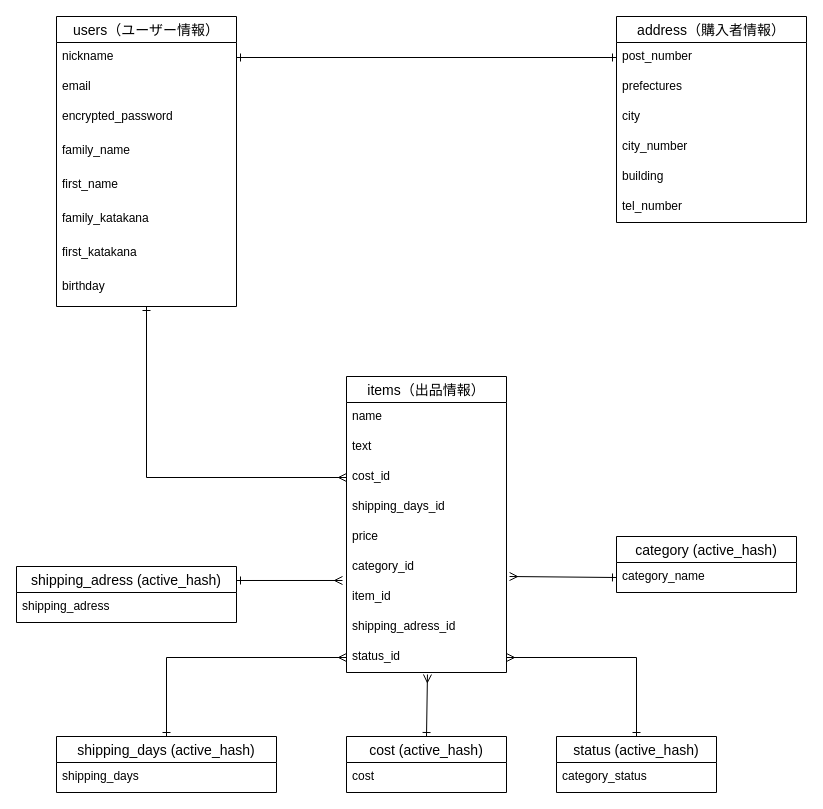
Earlier version of the draw.io diagram test.dio (gocci45/furima-32064). Source tidied: cells renumbered, new cells numbered last; positions are measured from the earlier drawing's top-left corner, leaving out a move shared by most shapes. Both pictures are drawn from the tidied source at 100%, with x=0, y=0 at pixel (16, 16).
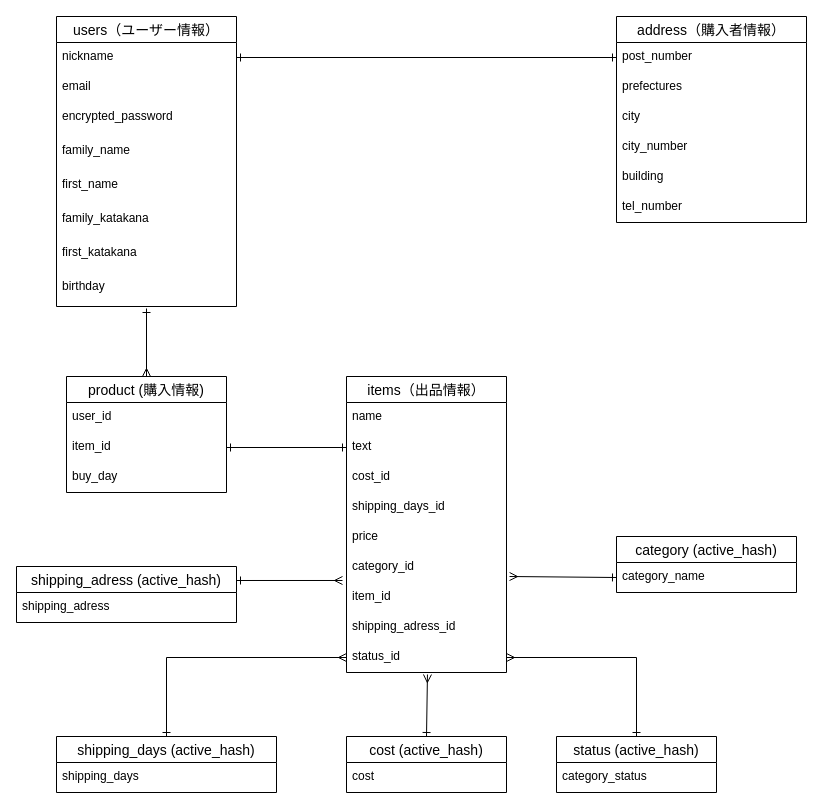
The same page after the edit.

The change refers to these unchanged cells:
```xml
<mxCell id="2" value="users（ユーザー情報）" style="swimlane;fontStyle=0;horizontal=1;startSize=26;align=center;fontSize=14;" parent="1" vertex="1">
  <mxGeometry x="40" width="180" height="290" as="geometry" />
</mxCell>
<mxCell id="10" value="birthday" style="text;strokeColor=none;fillColor=none;spacingLeft=4;spacingRight=4;overflow=hidden;points=[[0,0.5],[1,0.5]];portConstraint=eastwest;fontSize=12;" parent="2" vertex="1">
  <mxGeometry y="256" width="180" height="34" as="geometry" />
</mxCell>
<mxCell id="21" value="text" style="text;strokeColor=none;fillColor=none;spacingLeft=4;spacingRight=4;overflow=hidden;points=[[0,0.5],[1,0.5]];portConstraint=eastwest;fontSize=12;" parent="19" vertex="1">
  <mxGeometry y="56" width="160" height="30" as="geometry" />
</mxCell>
<mxCell id="22" value="cost_id" style="text;strokeColor=none;fillColor=none;spacingLeft=4;spacingRight=4;overflow=hidden;points=[[0,0.5],[1,0.5]];portConstraint=eastwest;fontSize=12;" parent="19" vertex="1">
  <mxGeometry y="86" width="160" height="30" as="geometry" />
</mxCell>
```

What changed in the source:
```diff
@@
-    <mxCell id="29" style="edgeStyle=none;rounded=0;jettySize=auto;html=1;exitX=0;exitY=0.5;exitDx=0;exitDy=0;entryX=0.5;entryY=1;entryDx=0;entryDy=0;startArrow=ERmany;startFill=0;endArrow=ERone;endFill=0;" parent="1" edge="1" source="22" target="2">
-      <mxGeometry relative="1" as="geometry">
-        <Array as="points">
-          <mxPoint x="130" y="461" />
-        </Array>
-      </mxGeometry>
-    </mxCell>
@@
+    <mxCell id="45" style="edgeStyle=none;rounded=0;jettySize=auto;html=1;exitX=0.5;exitY=0;exitDx=0;exitDy=0;entryX=0.5;entryY=1.059;entryDx=0;entryDy=0;entryPerimeter=0;startArrow=ERmany;startFill=0;endArrow=ERone;endFill=0;" parent="1" edge="1" source="46" target="10">
+      <mxGeometry relative="1" as="geometry" />
+    </mxCell>
+    <mxCell id="46" value="product (購入情報)" style="swimlane;fontStyle=0;horizontal=1;startSize=26;align=center;fontSize=14;" parent="1" vertex="1">
+      <mxGeometry x="50" y="360" width="160" height="116" as="geometry" />
+    </mxCell>
+    <mxCell id="47" value="user_id" style="text;strokeColor=none;fillColor=none;spacingLeft=4;spacingRight=4;overflow=hidden;fontSize=12;" parent="46" vertex="1">
+      <mxGeometry y="26" width="160" height="30" as="geometry" />
+    </mxCell>
+    <mxCell id="48" value="item_id" style="text;strokeColor=none;fillColor=none;spacingLeft=4;spacingRight=4;overflow=hidden;points=[[0,0.5],[1,0.5]];portConstraint=eastwest;fontSize=12;" parent="46" vertex="1">
+      <mxGeometry y="56" width="160" height="30" as="geometry" />
+    </mxCell>
+    <mxCell id="49" value="buy_day" style="text;strokeColor=none;fillColor=none;spacingLeft=4;spacingRight=4;overflow=hidden;fontSize=12;" parent="46" vertex="1">
+      <mxGeometry y="86" width="160" height="30" as="geometry" />
+    </mxCell>
+    <mxCell id="50" style="edgeStyle=none;rounded=0;jettySize=auto;html=1;exitX=1;exitY=0.5;exitDx=0;exitDy=0;entryX=0;entryY=0.5;entryDx=0;entryDy=0;startArrow=ERone;startFill=0;endArrow=ERone;endFill=0;" parent="1" edge="1" source="48" target="21">
+      <mxGeometry relative="1" as="geometry" />
+    </mxCell>
```
